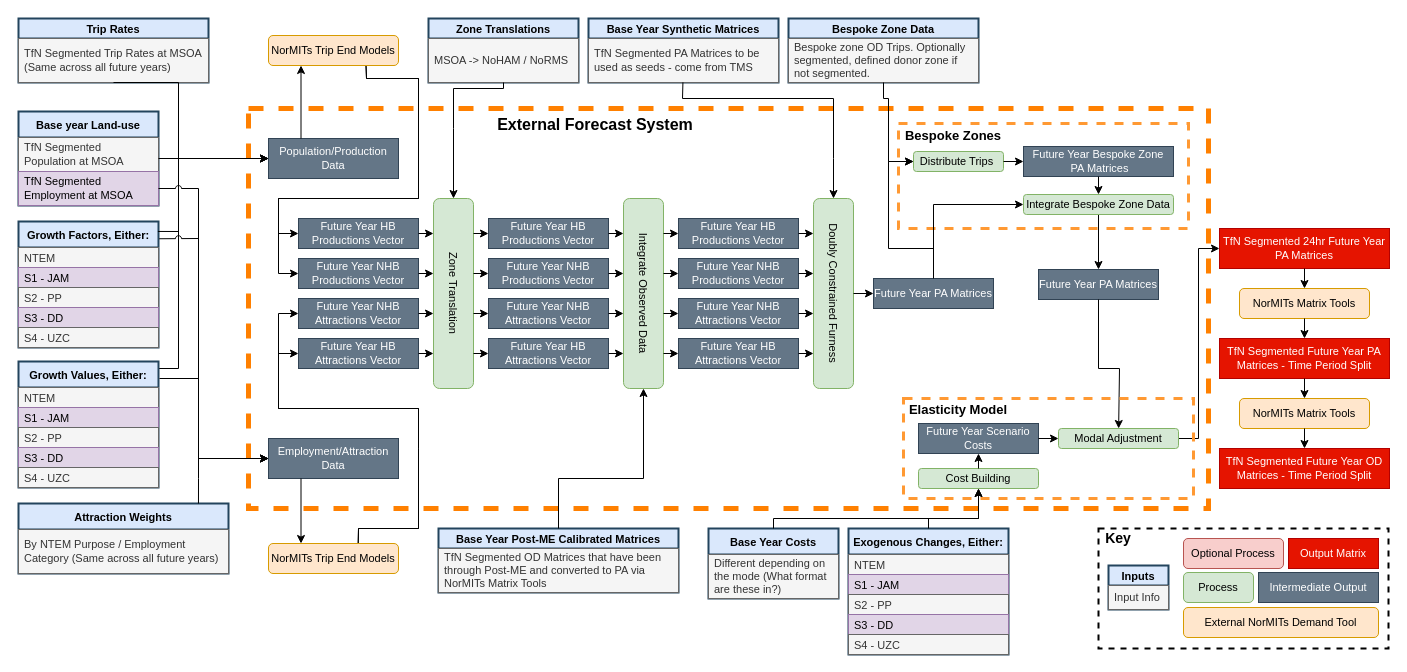
Above: page "BZ - Demand - EFS Op Model" (1 of 3) of docs/op_models/EFS/EFS Op Model.drawio in Transport-for-the-North/NorMITs-Demand (draw.io), before the change. Source tidied: cells renumbered, new cells numbered last; positions are measured from the earlier drawing's top-left corner, leaving out a move shared by most shapes. Both pictures are drawn from the tidied source at 100%, with x=0, y=0 at pixel (18, 18).
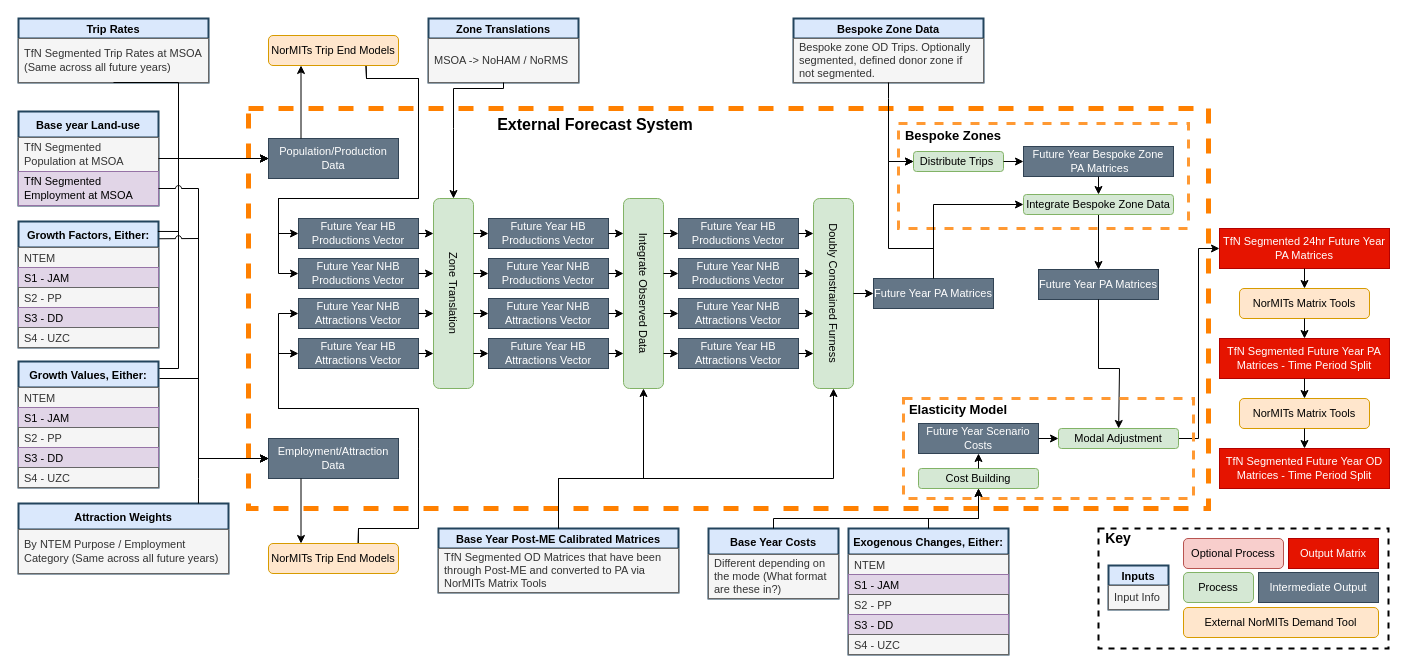
The same diagram, later.

Commit message (it also covers changes not shown here):
Updated EFS op models

Unchanged cells that the change refers to:
```xml
<mxCell id="49" value="Base Year Post-ME Calibrated Matrices" style="swimlane;fontStyle=1;horizontal=1;startSize=20;fillColor=#dae8fc;rounded=0;glass=0;fontSize=11;align=center;strokeWidth=2;strokeColor=#23445D;" parent="1" vertex="1">
  <mxGeometry x="420" y="510" width="240" height="64" as="geometry" />
</mxCell>
<mxCell id="81" value="&lt;font style=&quot;font-size: 11px&quot;&gt;Doubly Constrained Furness&lt;br&gt;&lt;/font&gt;" style="rounded=1;whiteSpace=wrap;html=1;fillColor=#d5e8d4;strokeColor=#82b366;rotation=90;" parent="63" vertex="1">
  <mxGeometry x="440" y="75" width="190" height="40" as="geometry" />
</mxCell>
<mxCell id="109" value="&lt;font style=&quot;font-size: 11px&quot;&gt;Distribute Trips&amp;nbsp;&lt;/font&gt;" style="rounded=1;whiteSpace=wrap;html=1;fillColor=#d5e8d4;strokeColor=#82b366;rotation=0;" parent="108" vertex="1">
  <mxGeometry y="5" width="90" height="20" as="geometry" />
</mxCell>
```

What changed in the source:
```diff
@@
-    <mxCell id="35" value="Base Year Synthetic Matrices" style="swimlane;fontStyle=1;horizontal=1;startSize=20;fillColor=#dae8fc;rounded=0;glass=0;fontSize=11;align=center;strokeWidth=2;strokeColor=#23445D;" parent="1" vertex="1">
-      <mxGeometry x="570" width="190" height="64" as="geometry" />
-    </mxCell>
-    <mxCell id="36" value="TfN Segmented PA Matrices to be used as seeds - come from TMS" style="text;strokeColor=#666666;fillColor=#f5f5f5;align=left;verticalAlign=middle;spacingLeft=4;spacingRight=4;overflow=hidden;points=[[0,0.5],[1,0.5]];portConstraint=eastwest;fontSize=11;whiteSpace=wrap;fontColor=#333333;" parent="35" vertex="1">
-      <mxGeometry y="20" width="190" height="44" as="geometry" />
-    </mxCell>
-    <mxCell id="37" style="endArrow=classic;html=1;fontSize=11;entryX=0;entryY=0.5;entryDx=0;entryDy=0;rounded=0;exitX=0.497;exitY=0.997;exitDx=0;exitDy=0;exitPerimeter=0;" parent="1" edge="1" source="36" target="81">
-      <mxGeometry relative="1" as="geometry">
-        <Array as="points">
-          <mxPoint x="664" y="80" />
-          <mxPoint x="815" y="80" />
-          <mxPoint x="815" y="140" />
-        </Array>
-      </mxGeometry>
-    </mxCell>
@@
     <mxCell id="51" value="Bespoke Zone Data" style="swimlane;fontStyle=1;horizontal=1;startSize=20;fillColor=#dae8fc;rounded=0;glass=0;fontSize=11;align=center;strokeWidth=2;strokeColor=#23445D;" parent="1" vertex="1">
-      <mxGeometry x="770" width="190" height="64" as="geometry" />
+      <mxGeometry x="775" width="190" height="64" as="geometry" />
     </mxCell>
@@
     <mxCell id="101" style="endArrow=classic;html=1;exitX=0.5;exitY=1;exitDx=0;exitDy=0;entryX=0;entryY=0.5;entryDx=0;entryDy=0;rounded=0;" parent="1" edge="1" source="51" target="109">
       <mxGeometry relative="1" as="geometry">
         <Array as="points">
-          <mxPoint x="865" y="80" />
           <mxPoint x="870" y="80" />
           <mxPoint x="870" y="143" />
         </Array>
       </mxGeometry>
     </mxCell>
@@
+    <mxCell id="144" style="endArrow=classic;html=1;exitX=0.5;exitY=0;exitDx=0;exitDy=0;entryX=1;entryY=0.5;entryDx=0;entryDy=0;rounded=0;" parent="1" edge="1" source="49" target="81">
+      <mxGeometry relative="1" as="geometry">
+        <Array as="points">
+          <mxPoint x="540" y="460" />
+          <mxPoint x="815" y="460" />
+        </Array>
+      </mxGeometry>
+    </mxCell>
```
